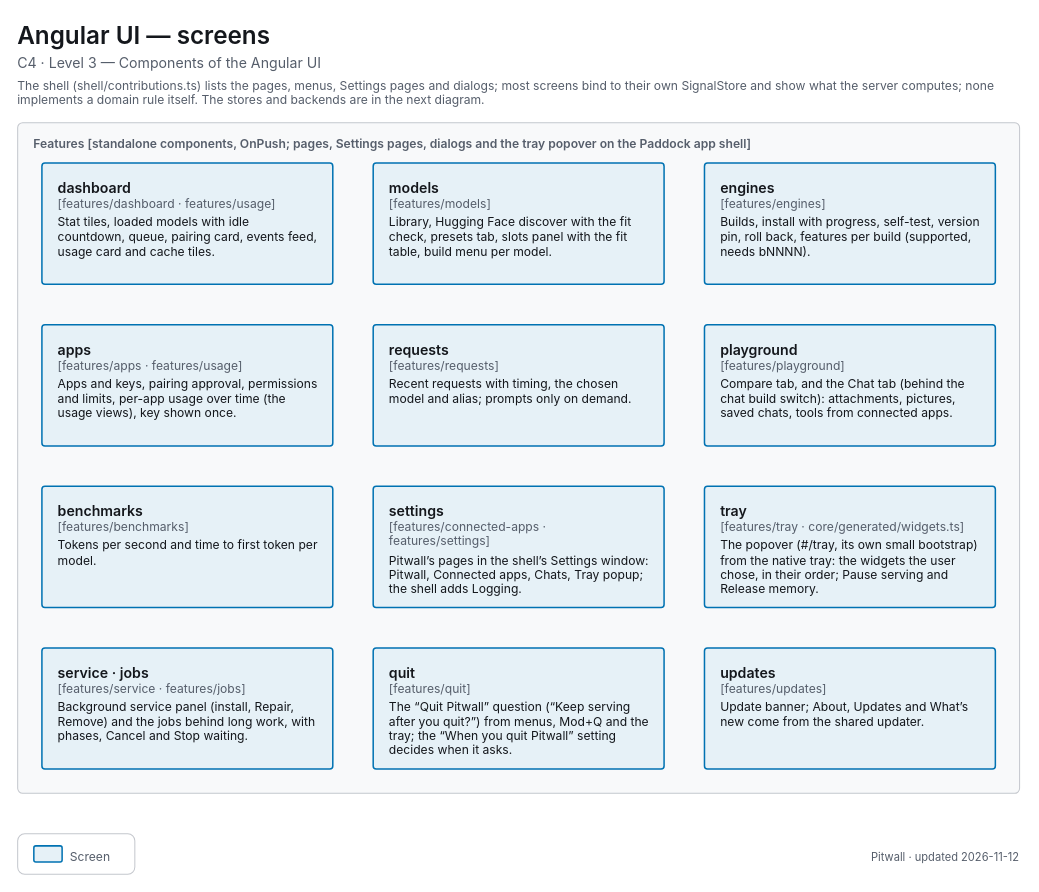
decryp7/paddock keeps this draw.io diagram as apps/pitwall/docs/diagrams/c4-3-ui-features.drawio. Above is the earlier version. Source tidied: cells renumbered, new cells numbered last; positions are measured from the earlier drawing's top-left corner, leaving out a move shared by most shapes. Both pictures are drawn from the tidied source at 101%, with x=0, y=0 at pixel (17, 17).
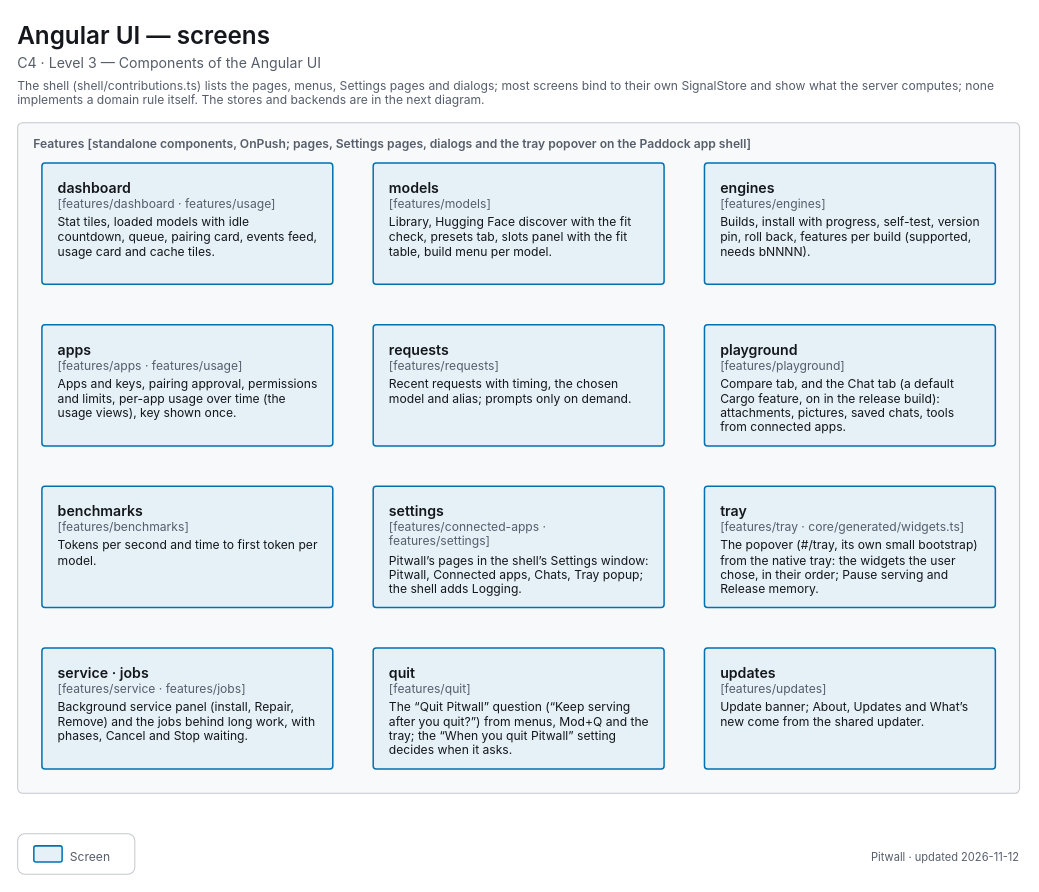
The same diagram, later.

Commit message (it also covers changes not shown here):
docs(pitwall): the chat is on in 1.1; drop the bare D-3 citations, fix stale text

Diff of the diagram source:
```diff
@@
-    <mxCell id="11" value="&lt;span style=&quot;font-size:14px;font-weight:600&quot;&gt;playground&lt;/span&gt;&lt;br&gt;&lt;span style=&quot;font-size:12px;color:light-dark(#565E6B,#A0A7B2)&quot;&gt;[features/playground]&lt;/span&gt;&lt;br&gt;&lt;div style=&quot;margin-top:4px;font-size:12px&quot;&gt;Compare tab, and the Chat tab (behind the chat build switch): attachments, pictures, saved chats, tools from connected apps.&lt;/div&gt;" style="html=1;whiteSpace=wrap;fontFamily=-apple-system,BlinkMacSystemFont,Segoe UI,system-ui,sans-serif;fontSize=12;fontColor=light-dark(#14171C,#ECEEF1);rounded=1;absoluteArcSize=1;arcSize=6;strokeWidth=1.5;strokeColor=light-dark(#0072B2,#56B4E9);fillColor=light-dark(#E6F1F7,#1F303C);align=left;verticalAlign=top;spacingLeft=14;spacingRight=14;spacingTop=10;spacingBottom=8;" parent="1" vertex="1">
+    <mxCell id="11" value="&lt;span style=&quot;font-size:14px;font-weight:600&quot;&gt;playground&lt;/span&gt;&lt;br&gt;&lt;span style=&quot;font-size:12px;color:light-dark(#565E6B,#A0A7B2)&quot;&gt;[features/playground]&lt;/span&gt;&lt;br&gt;&lt;div style=&quot;margin-top:4px;font-size:12px&quot;&gt;Compare tab, and the Chat tab (a default Cargo feature, on in the release build): attachments, pictures, saved chats, tools from connected apps.&lt;/div&gt;" style="html=1;whiteSpace=wrap;fontFamily=-apple-system,BlinkMacSystemFont,Segoe UI,system-ui,sans-serif;fontSize=12;fontColor=light-dark(#14171C,#ECEEF1);rounded=1;absoluteArcSize=1;arcSize=6;strokeWidth=1.5;strokeColor=light-dark(#0072B2,#56B4E9);fillColor=light-dark(#E6F1F7,#1F303C);align=left;verticalAlign=top;spacingLeft=14;spacingRight=14;spacingTop=10;spacingBottom=8;" parent="1" vertex="1">
       <mxGeometry x="680" y="304" width="288" height="120" as="geometry" />
     </mxCell>
```
